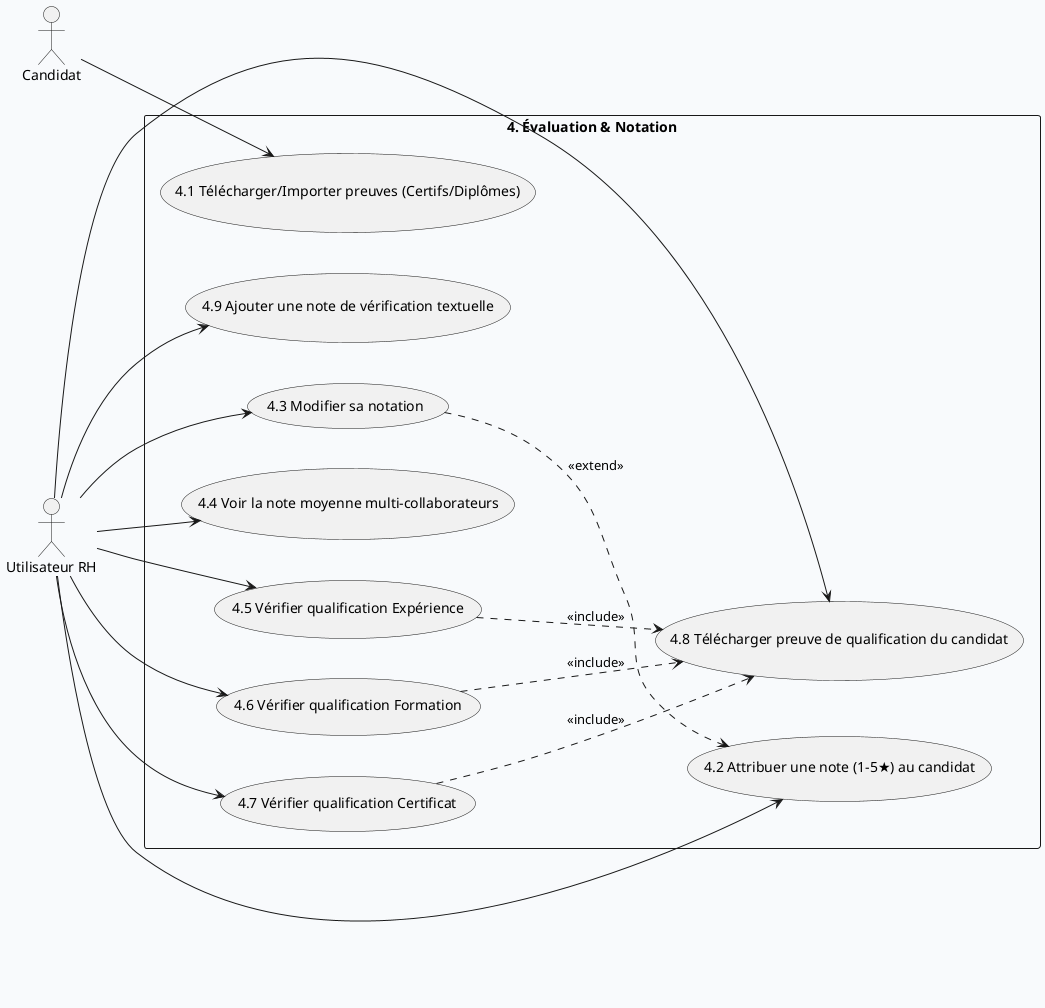
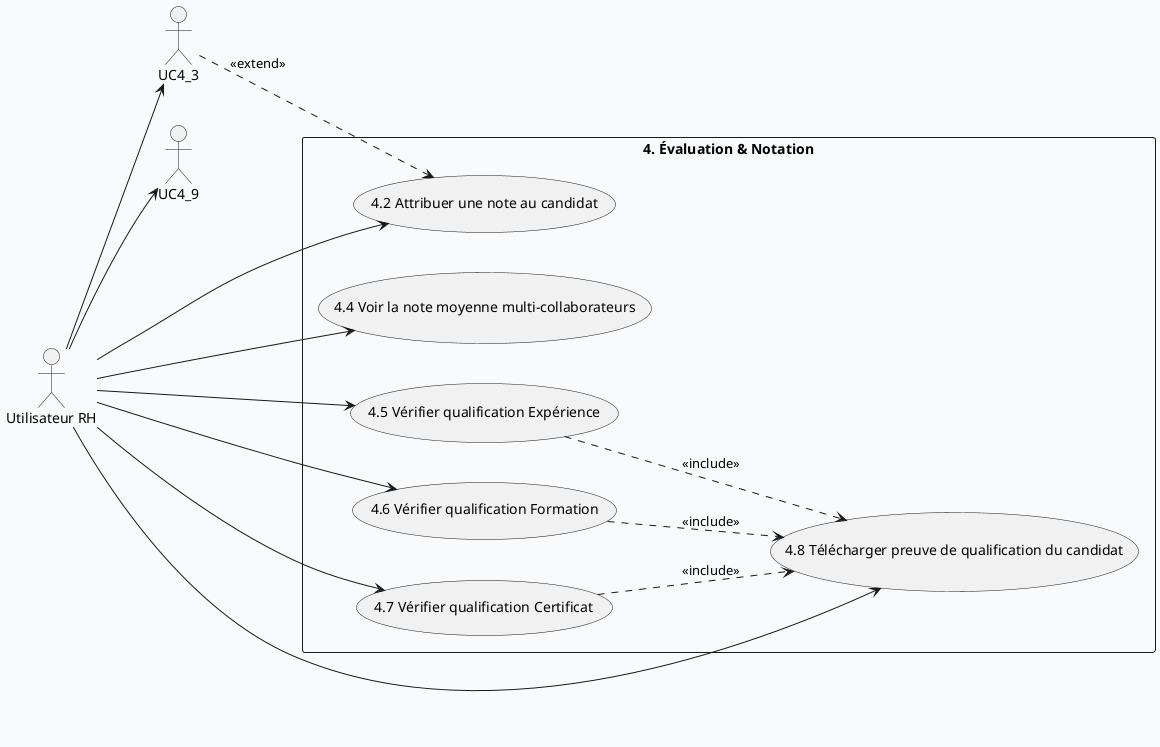
@startuml Module_4_Evaluation
skinparam backgroundColor #F8FAFC
skinparam defaultFontName Arial
skinparam nodesep 40
skinparam ranksep 60
left to right direction

actor "Utilisateur RH" as URH
- actor "Candidat" as C

rectangle "4. Évaluation & Notation" {
-   usecase "4.1 Télécharger/Importer preuves (Certifs/Diplômes)" as UC4_1
- 
-   usecase "4.2 Attribuer une note (1–5★) au candidat" as UC4_2
-   usecase "4.3 Modifier sa notation" as UC4_3
+   usecase "4.2 Attribuer une note au candidat" as UC4_2
  usecase "4.4 Voir la note moyenne multi-collaborateurs" as UC4_4
  usecase "4.5 Vérifier qualification Expérience" as UC4_5
  usecase "4.6 Vérifier qualification Formation" as UC4_6
  usecase "4.7 Vérifier qualification Certificat" as UC4_7
  usecase "4.8 Télécharger preuve de qualification du candidat" as UC4_8
-   usecase "4.9 Ajouter une note de vérification textuelle" as UC4_9
}
- 
- C --> UC4_1

URH --> UC4_2
URH --> UC4_3
URH --> UC4_4
URH --> UC4_5
URH --> UC4_6
URH --> UC4_7
URH --> UC4_8
URH --> UC4_9

UC4_3 ..> UC4_2 : <<extend>>
UC4_5 ..> UC4_8 : <<include>>
UC4_6 ..> UC4_8 : <<include>>
UC4_7 ..> UC4_8 : <<include>>
@enduml